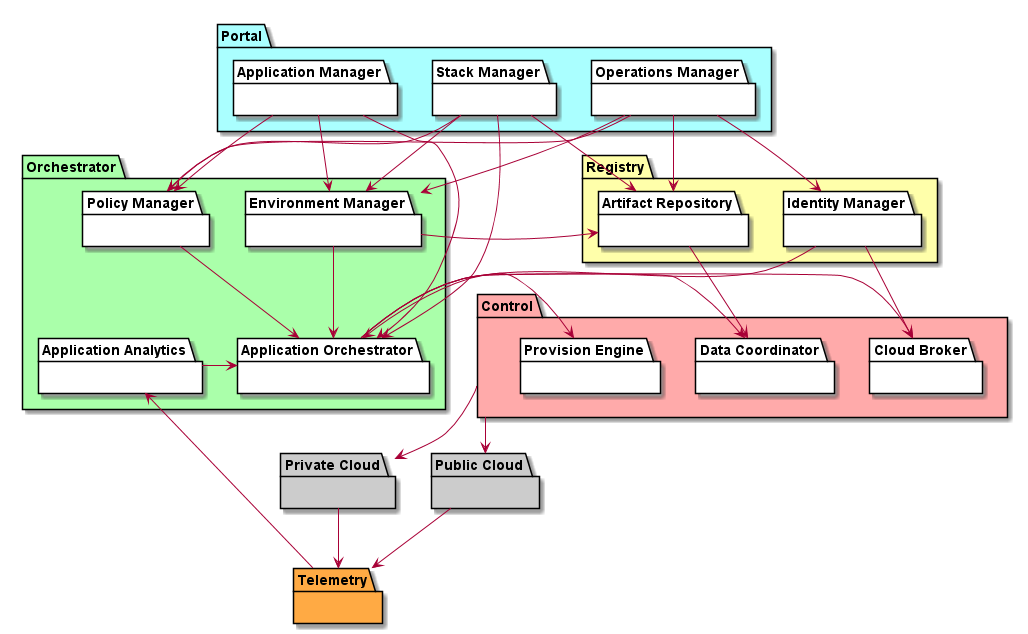
Before: docs/Solution/Process.png, a diagram exported from PlantUML (CAADE/C3). Source of this version:
```plantuml
@startuml

package "Portal" #aaffff {
    package "Application Manager" as AM { }
    package "Operations Manager" as OM { }
    package "Stack Manager" as SM { }
}
package "Orchestrator" #aaffaa {
    package "Application Orchestrator" as AO { }
    package "Environment Manager" as EM { }
    package "Policy Manager" as PM { }
    package "Application Analytics" as AA { }
}
package "Registry" #ffffaa {
    package "Identity Manager" as IM { }
    package "Artifact Repository" as AR { }
}

package "Control" #ffaaaa {
    package "Cloud Broker" as CB { }
    package "Data Coordinator" as DC { }
    package "Provision Engine" as PE { }
}

package "Private Cloud" #cccccc {
}

package "Public Cloud"  #cccccc {
}

package "Telemetry" #ffaa44 { }

AM --> PM
AM --> AO
AM --> EM
SM --> PM
SM --> AO
SM --> EM
OM --> EM
OM --> PM
OM --> IM

OM --> AR
SM --> AR

PM --> AO
EM --> AO
EM -> AR

IM -> AO
IM -> CB
AO -> CB
AO --> PE
AO -> DC
AA -> AO
AR -> DC
Control --> "Private Cloud"
Control --> "Public Cloud"
"Private Cloud" --> Telemetry
"Public Cloud" --> Telemetry
Telemetry -> AA

@enduml
```
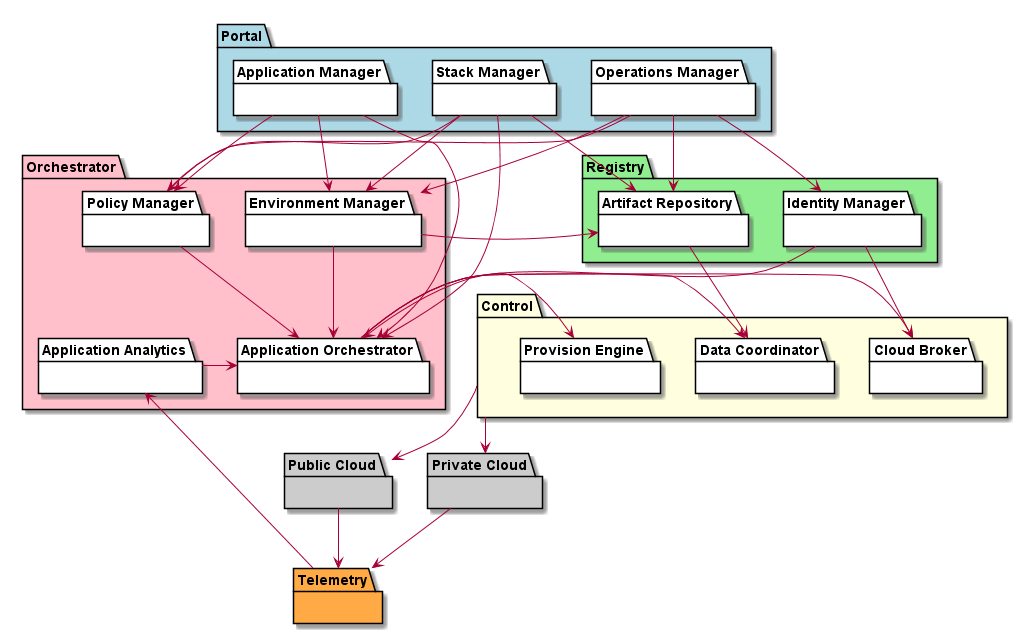
After the commit.

Diff of the diagram source:
```diff
@@ -1,22 +1,22 @@
 @startuml
 
-package "Portal" #aaffff {
+package "Portal" #lightblue {
     package "Application Manager" as AM { }
     package "Operations Manager" as OM { }
     package "Stack Manager" as SM { }
 }
-package "Orchestrator" #aaffaa {
+package "Orchestrator" #pink {
     package "Application Orchestrator" as AO { }
     package "Environment Manager" as EM { }
     package "Policy Manager" as PM { }
     package "Application Analytics" as AA { }
 }
-package "Registry" #ffffaa {
+package "Registry" #lightgreen {
     package "Identity Manager" as IM { }
     package "Artifact Repository" as AR { }
 }
 
-package "Control" #ffaaaa {
+package "Control" #lightyellow {
     package "Cloud Broker" as CB { }
     package "Data Coordinator" as DC { }
     package "Provision Engine" as PE { }
```
